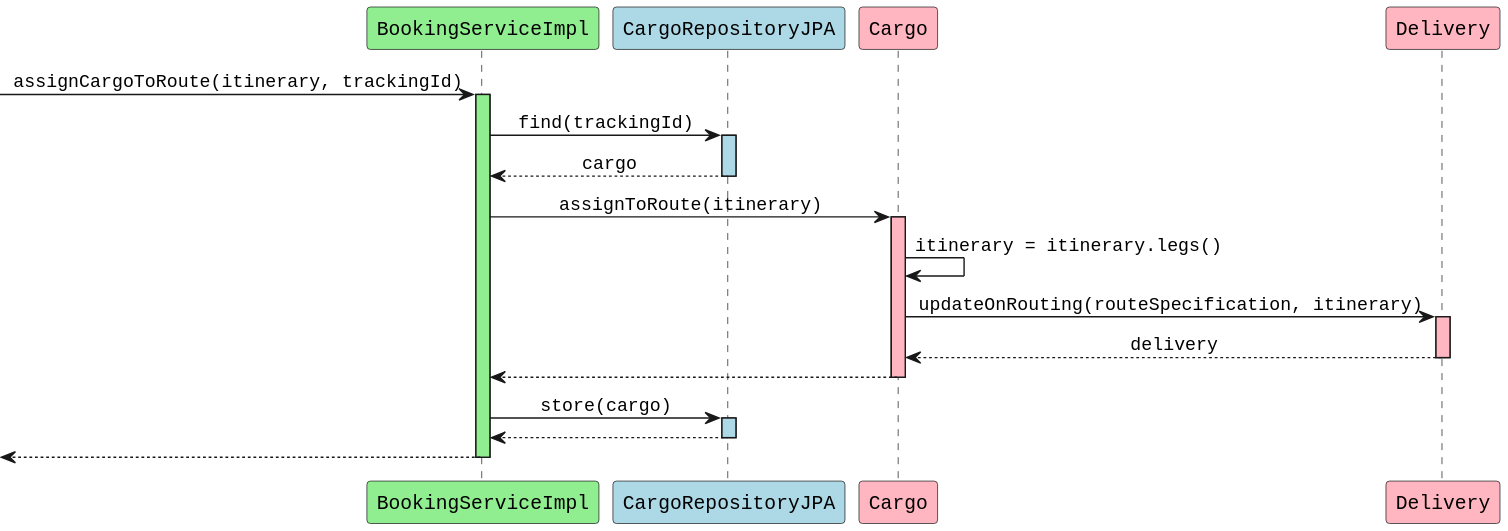
The PlantUML diagram diagrams/BookingServiceImpl_assignCargoToRoute.svg in aowss/dddsample-core, before a commit.
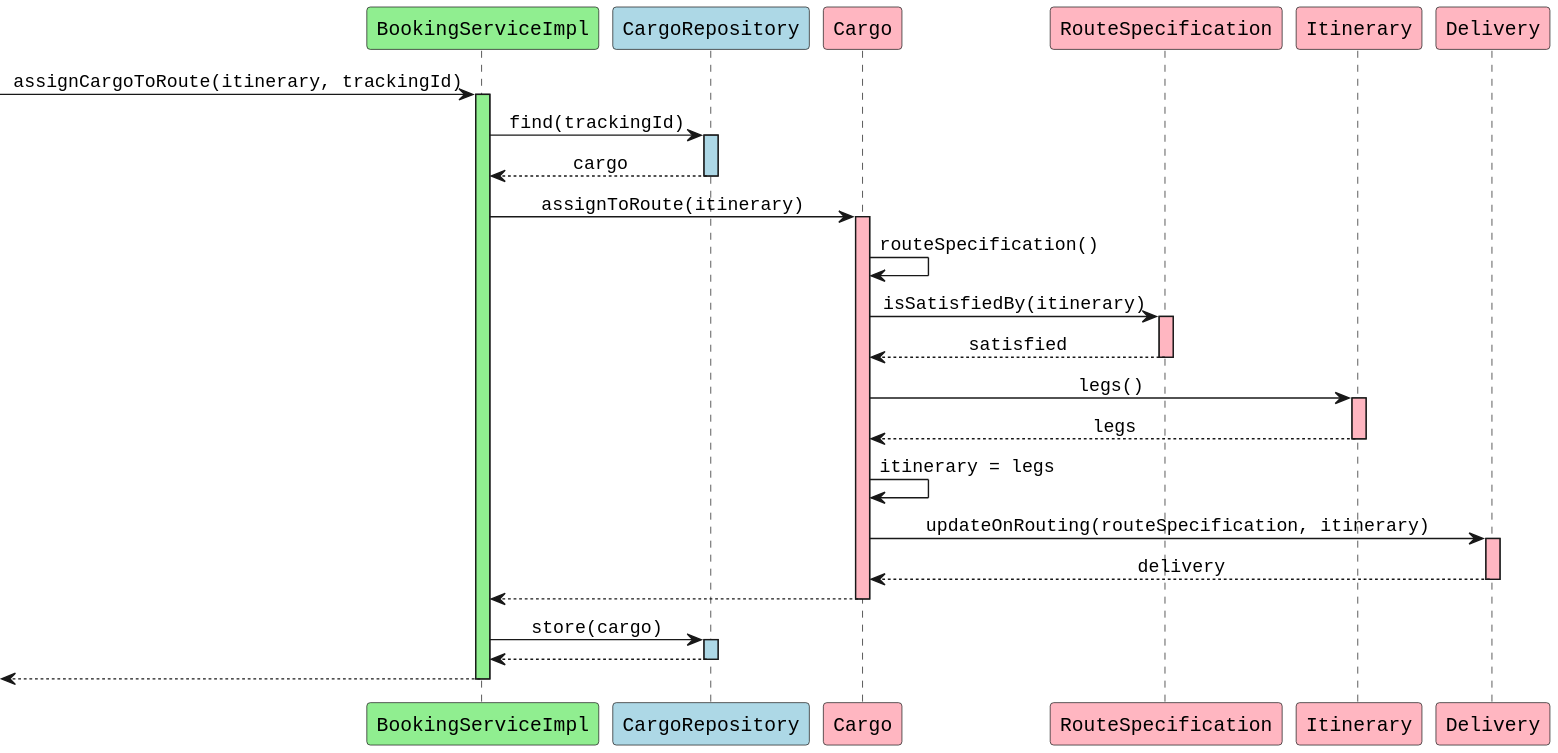
After the commit.

What changed in the source:
```diff
@@ -4,8 +4,10 @@
 skinparam sequenceMessageAlign center
 
 participant "BookingServiceImpl" as bs #lightgreen
-participant "CargoRepositoryJPA" as cr #lightblue
+participant "CargoRepository" as cr #lightblue
 participant "Cargo" as c #lightpink
+participant "RouteSpecification" as rs #lightpink
+participant "Itinerary" as i #lightpink
 participant "Delivery" as d #lightpink
 
 [-> bs: assignCargoToRoute(itinerary, trackingId)
@@ -19,7 +21,18 @@
 bs -> c: assignToRoute(itinerary)
 activate c #lightpink
 
-c -> c: itinerary = itinerary.legs()
+c -> c: routeSpecification()
+c -> rs: isSatisfiedBy(itinerary)
+activate rs #lightpink
+rs --> c: satisfied
+deactivate rs
+
+c -> i: legs()
+activate i #lightpink
+i --> c: legs
+deactivate i
+
+c -> c: itinerary = legs
 
 c -> d: updateOnRouting(routeSpecification, itinerary)
 activate d #lightpink
```
